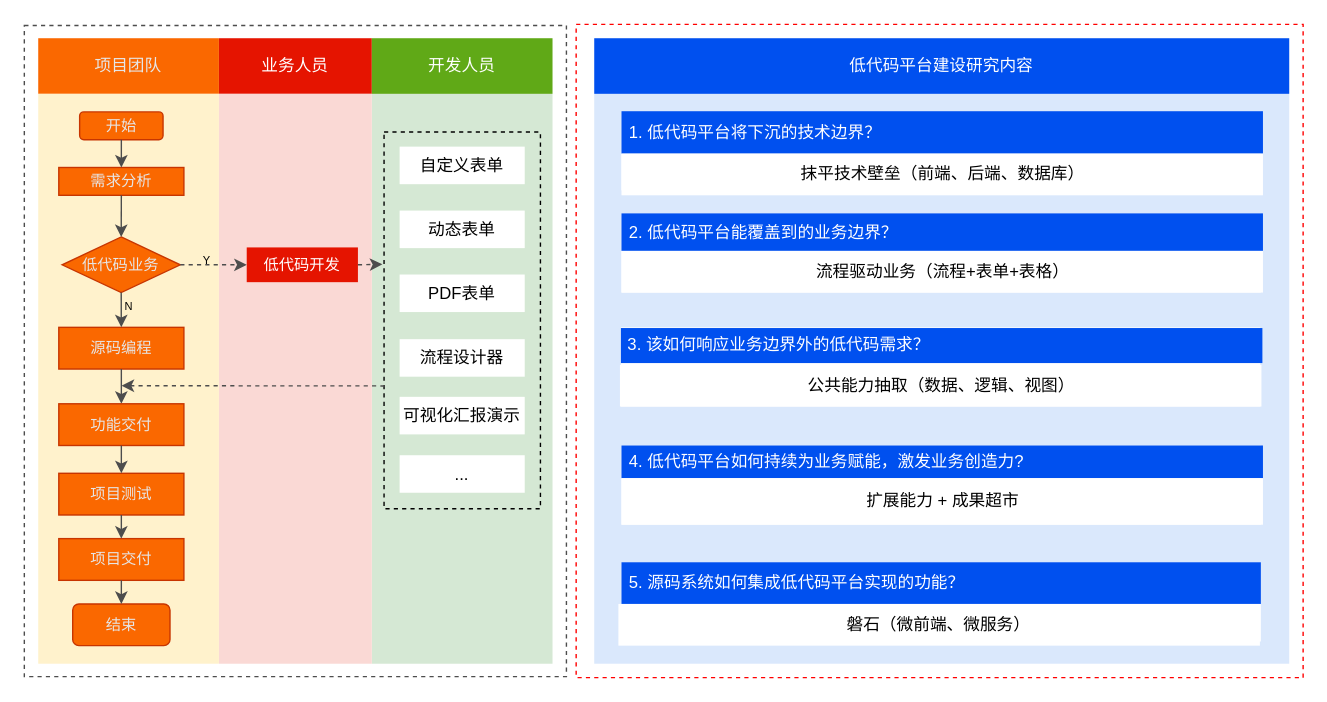
Earlier version of the draw.io diagram 低代码—研究内容——新版.drawio (tangyaosimida/love). Source tidied: cells renumbered, new cells numbered last; positions are measured from the earlier drawing's top-left corner, leaving out a move shared by most shapes. Both pictures are drawn from the tidied source at 139%, with x=0, y=0 at pixel (24, 24).
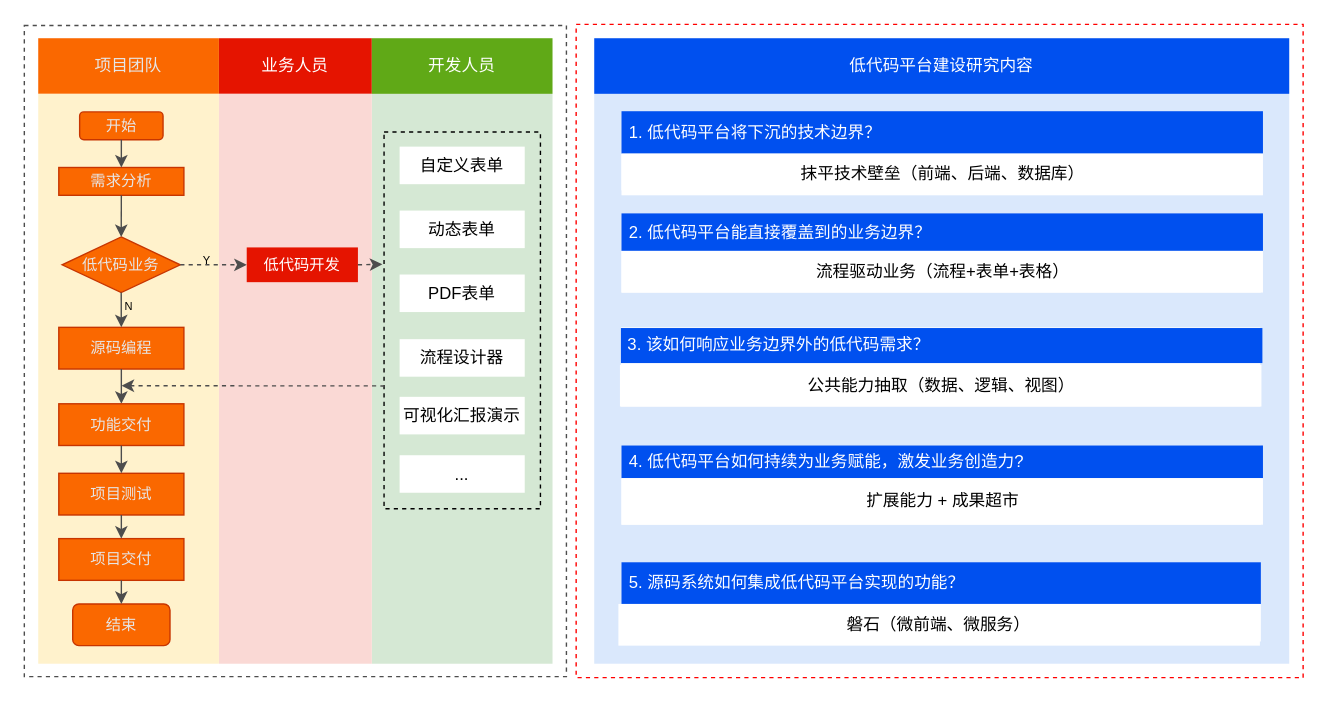
Above is the later version.

Commit message:
更新低代码—研究内容——新版.drawio

Diff of the diagram source:
```diff
@@
-    <mxCell id="45" value="&amp;nbsp;2. 低代码平台能覆盖到的业务边界？" style="rounded=0;whiteSpace=wrap;html=1;fillColor=#0050ef;fontColor=#ffffff;strokeColor=none;align=left;" parent="1" vertex="1">
+    <mxCell id="45" value="&amp;nbsp;2. 低代码平台能直接覆盖到的业务边界？" style="rounded=0;whiteSpace=wrap;html=1;fillColor=#0050ef;fontColor=#ffffff;strokeColor=none;align=left;" parent="1" vertex="1">
       <mxGeometry x="429.6" y="136" width="461.5" height="27" as="geometry" />
     </mxCell>
```
